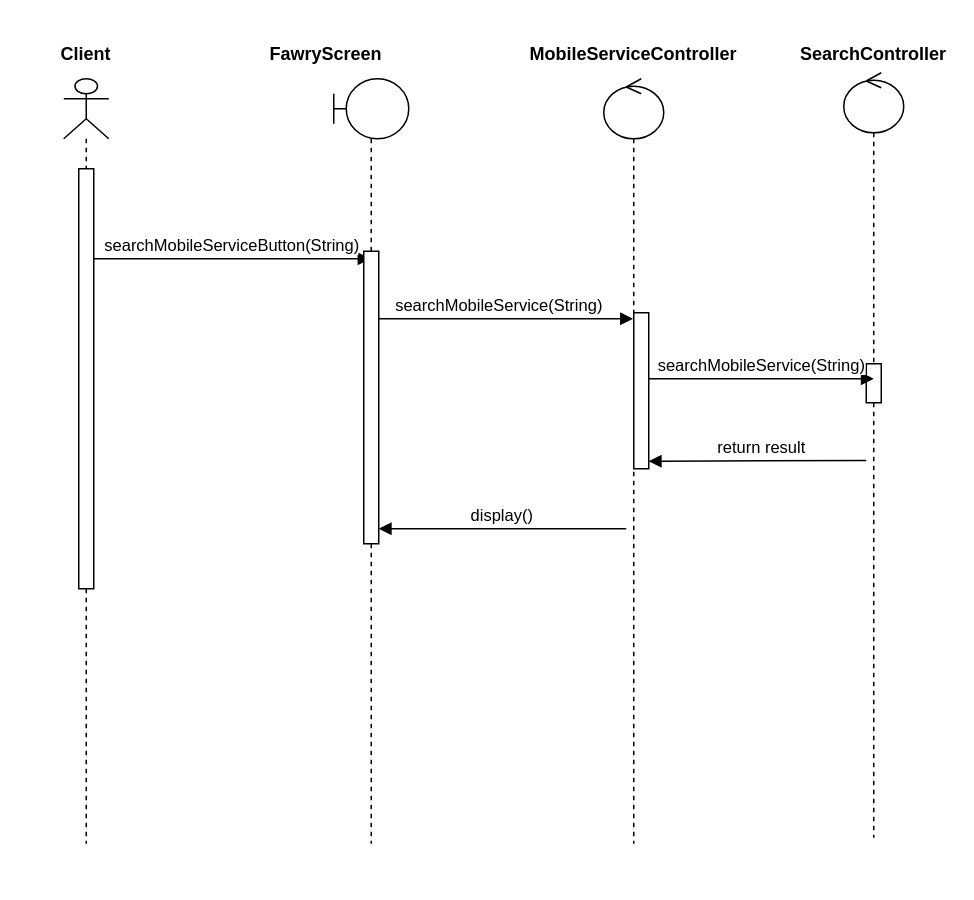
Above: Design System/SearchMobileServiceSequenceDiagram.drawio in hazemadelkhalel/Fawry-System (draw.io), before the change. Source tidied: cells renumbered, new cells numbered last; positions are measured from the earlier drawing's top-left corner, leaving out a move shared by most shapes. Both pictures are drawn from the tidied source at 150%, with x=0, y=0 at pixel (26, 33).
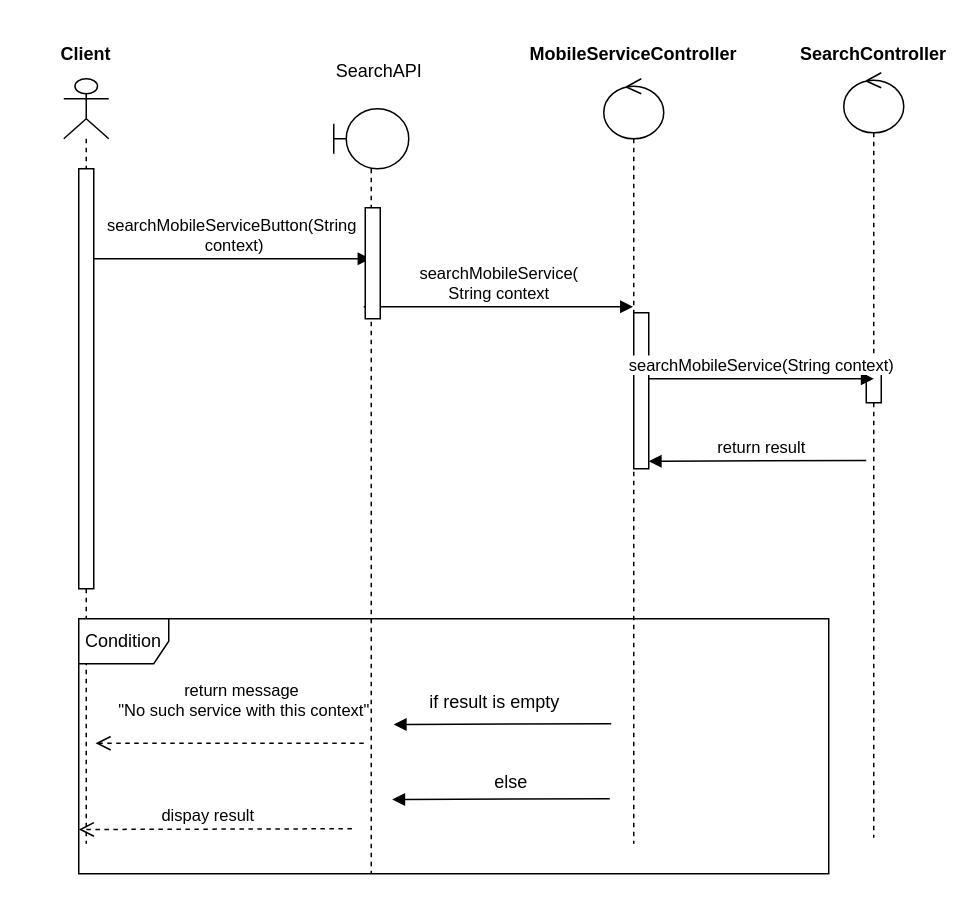
The same diagram, later.

Commit message:
Update SearchMobileService Sequence Diagram

Unchanged cells that the change refers to:
```xml
<mxCell id="2" style="shape=umlLifeline;participant=umlActor;perimeter=lifelinePerimeter;whiteSpace=wrap;html=1;verticalAlign=top;spacingTop=36;" parent="1" vertex="1">
  <mxGeometry x="25" y="30" width="30" height="510" as="geometry" />
</mxCell>
<mxCell id="11" style="shape=umlLifeline;participant=umlControl;perimeter=lifelinePerimeter;whiteSpace=wrap;html=1;verticalAlign=top;spacingTop=36;outlineConnect=0;" parent="1" vertex="1">
  <mxGeometry x="385" y="30" width="40" height="510" as="geometry" />
</mxCell>
<mxCell id="12" style="html=1;points=[];perimeter=orthogonalPerimeter;" parent="11" vertex="1">
  <mxGeometry x="20" y="156" width="10" height="104" as="geometry" />
</mxCell>
```

What changed in the source:
```diff
@@
-    <mxCell id="3" value="searchMobileServiceButton(String)" style="html=1;verticalAlign=bottom;endArrow=block;rounded=0;" parent="2" edge="1" target="6">
+    <mxCell id="3" value="searchMobileServiceButton(String&lt;br&gt;&amp;nbsp;context)" style="html=1;verticalAlign=bottom;endArrow=block;rounded=0;" parent="2" edge="1">
       <mxGeometry relative="1" as="geometry">
         <mxPoint x="20" y="120" as="sourcePoint" />
+        <mxPoint x="204.5" y="120" as="targetPoint" />
       </mxGeometry>
     </mxCell>
@@
-    <mxCell id="6" style="shape=umlLifeline;participant=umlBoundary;perimeter=lifelinePerimeter;whiteSpace=wrap;html=1;verticalAlign=top;spacingTop=36;outlineConnect=0;" parent="1" vertex="1">
-      <mxGeometry x="205" y="30" width="50" height="510" as="geometry" />
-    </mxCell>
-    <mxCell id="7" value="searchMobileService(String)" style="html=1;verticalAlign=bottom;endArrow=block;rounded=0;" parent="6" edge="1" target="11">
-      <mxGeometry relative="1" as="geometry">
-        <mxPoint x="20" y="160" as="sourcePoint" />
-      </mxGeometry>
-    </mxCell>
-    <mxCell id="8" style="html=1;perimeter=orthogonalPerimeter;" parent="6" vertex="1">
-      <mxGeometry x="20" y="115" width="10" height="195" as="geometry" />
-    </mxCell>
-    <mxCell id="9" value="FawryScreen" style="text;align=center;fontStyle=1;verticalAlign=middle;spacingLeft=3;spacingRight=3;strokeColor=none;" parent="1" vertex="1">
-      <mxGeometry x="160" width="80" height="26" as="geometry" />
-    </mxCell>
@@
-    <mxCell id="16" value="searchMobileService(String)" style="html=1;verticalAlign=bottom;endArrow=block;rounded=0;exitX=1;exitY=0.423;exitDx=0;exitDy=0;exitPerimeter=0;" parent="1" edge="1" source="12">
+    <mxCell id="16" value="searchMobileService(String context)" style="html=1;verticalAlign=bottom;endArrow=block;rounded=0;exitX=1;exitY=0.423;exitDx=0;exitDy=0;exitPerimeter=0;" parent="1" edge="1" source="12">
       <mxGeometry relative="1" as="geometry">
         <mxPoint x="565" y="230" as="targetPoint" />
       </mxGeometry>
     </mxCell>
@@
-    <mxCell id="18" value="display()" style="html=1;verticalAlign=bottom;endArrow=block;rounded=0;" parent="1" edge="1">
-      <mxGeometry relative="1" as="geometry">
-        <mxPoint x="400" y="330" as="sourcePoint" />
-        <mxPoint x="235" y="330" as="targetPoint" />
-      </mxGeometry>
-    </mxCell>
+    <mxCell id="19" style="shape=umlLifeline;participant=umlBoundary;perimeter=lifelinePerimeter;whiteSpace=wrap;html=1;verticalAlign=top;spacingTop=36;" parent="1" vertex="1">
+      <mxGeometry x="205" y="50" width="50" height="510" as="geometry" />
+    </mxCell>
+    <mxCell id="20" value="searchMobileService(&lt;br&gt;String context" style="html=1;verticalAlign=bottom;endArrow=block;rounded=0;" parent="19" edge="1">
+      <mxGeometry relative="1" as="geometry">
+        <mxPoint x="20" y="132" as="sourcePoint" />
+        <mxPoint x="199.5" y="132" as="targetPoint" />
+      </mxGeometry>
+    </mxCell>
+    <mxCell id="21" style="html=1;perimeter=orthogonalPerimeter;" parent="19" vertex="1">
+      <mxGeometry x="21" y="66" width="10" height="74" as="geometry" />
+    </mxCell>
+    <mxCell id="22" value="&lt;div style=&quot;text-align: start;&quot;&gt;&lt;span style=&quot;background-color: initial; font-size: 0px;&quot;&gt;&lt;font face=&quot;monospace&quot; color=&quot;rgba(0, 0, 0, 0)&quot;&gt;sgrfjttfytلباافبف&lt;/font&gt;&lt;/span&gt;&lt;/div&gt;" style="text;html=1;align=center;verticalAlign=middle;strokeColor=none;fillColor=none;" parent="1" vertex="1">
+      <mxGeometry x="215" y="-5" width="20" height="30" as="geometry" />
+    </mxCell>
+    <mxCell id="23" value="SearchAPI&lt;br&gt;" style="text;html=1;align=center;verticalAlign=middle;strokeColor=none;fillColor=none;" parent="1" vertex="1">
+      <mxGeometry x="195" y="10" width="80" height="30" as="geometry" />
+    </mxCell>
+    <mxCell id="24" value="Condition" style="shape=umlFrame;whiteSpace=wrap;html=1;" parent="1" vertex="1">
+      <mxGeometry x="35" y="390" width="500" height="170" as="geometry" />
+    </mxCell>
+    <mxCell id="25" value="return message&amp;nbsp;&lt;br&gt;&quot;No such service with this context&quot;" style="html=1;verticalAlign=bottom;endArrow=open;dashed=1;endSize=8;rounded=0;startArrow=none;entryX=1.117;entryY=0.132;entryDx=0;entryDy=0;entryPerimeter=0;" parent="1" edge="1">
+      <mxGeometry x="-0.11" y="-13" relative="1" as="geometry">
+        <mxPoint x="225" y="473" as="sourcePoint" />
+        <mxPoint x="46.2" y="473" as="targetPoint" />
+      </mxGeometry>
+    </mxCell>
+    <mxCell id="26" value="dispay result" style="html=1;verticalAlign=bottom;endArrow=open;dashed=1;endSize=8;rounded=0;exitX=0.389;exitY=0.393;exitDx=0;exitDy=0;exitPerimeter=0;entryX=1.2;entryY=0.89;entryDx=0;entryDy=0;entryPerimeter=0;" parent="1" edge="1">
+      <mxGeometry x="0.05" relative="1" as="geometry">
+        <mxPoint x="217.1" y="530" as="sourcePoint" />
+        <mxPoint x="35" y="530.5" as="targetPoint" />
+      </mxGeometry>
+    </mxCell>
+    <mxCell id="27" value="if result is empty" style="text;html=1;strokeColor=none;fillColor=none;align=center;verticalAlign=middle;whiteSpace=wrap;rounded=0;" parent="1" vertex="1">
+      <mxGeometry x="244" y="437" width="137" height="17" as="geometry" />
+    </mxCell>
+    <mxCell id="28" style="html=1;verticalAlign=bottom;endArrow=block;rounded=0;" parent="1" edge="1">
+      <mxGeometry x="-0.03" relative="1" as="geometry">
+        <mxPoint x="390" y="460" as="sourcePoint" />
+        <mxPoint x="245" y="460.5" as="targetPoint" />
+      </mxGeometry>
+    </mxCell>
+    <mxCell id="29" style="html=1;verticalAlign=bottom;endArrow=block;rounded=0;" parent="1" edge="1">
+      <mxGeometry x="1" y="246" relative="1" as="geometry">
+        <mxPoint x="389" y="510" as="sourcePoint" />
+        <mxPoint x="244" y="510.5" as="targetPoint" />
+        <mxPoint x="-121" y="-31" as="offset" />
+      </mxGeometry>
+    </mxCell>
+    <mxCell id="30" value="else" style="text;html=1;strokeColor=none;fillColor=none;align=center;verticalAlign=middle;whiteSpace=wrap;rounded=0;" parent="1" vertex="1">
+      <mxGeometry x="255" y="490" width="137" height="17" as="geometry" />
+    </mxCell>
```
